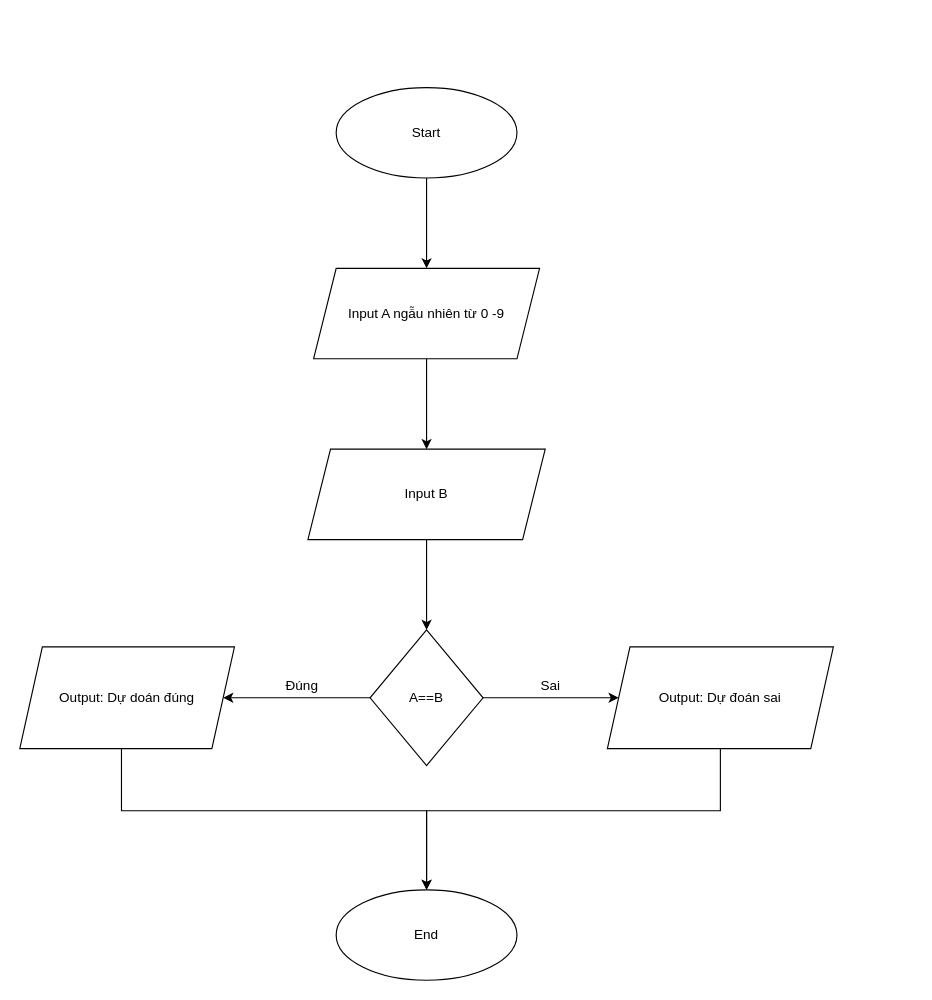
This is Module1/NhapMonTuDuyLapTrinh/Thuc_Hanh/[Thực hành] Thuật toán game đoán số.drawio from sonlt92/A0421I1-LeTranSon, a draw.io file, before an edit. Source tidied: cells renumbered, new cells numbered last; positions are measured from the earlier drawing's top-left corner, leaving out a move shared by most shapes. Both pictures are drawn from the tidied source at 113%, with x=0, y=0 at pixel (19, 87).
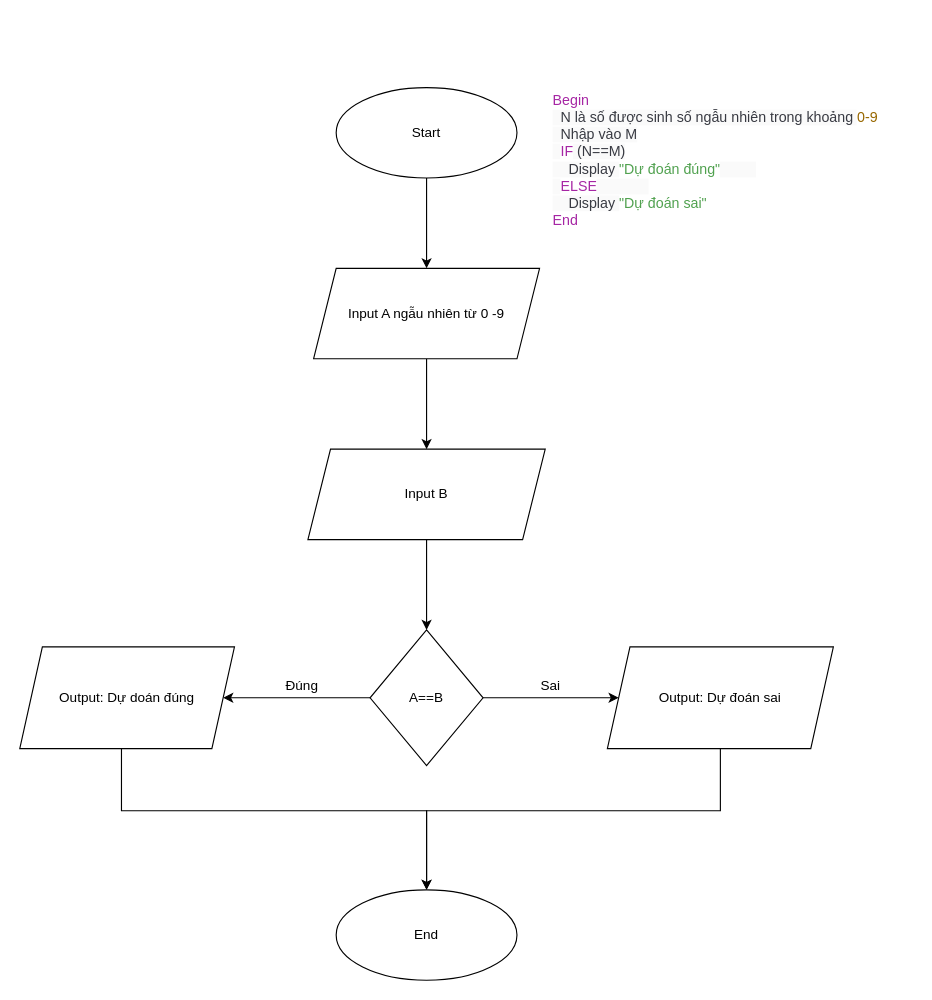
The same page after the edit.

What changed in the source:
```diff
@@
+    <mxCell id="18" value="&lt;span class=&quot;hljs-keyword&quot; style=&quot;box-sizing: border-box ; color: rgb(166 , 38 , 164) ; font-size: 12.6px&quot;&gt;Begin&lt;/span&gt;&lt;br style=&quot;box-sizing: border-box ; color: rgb(56 , 58 , 66) ; font-size: 12.6px&quot;&gt;&lt;span style=&quot;color: rgb(56 , 58 , 66) ; font-size: 12.6px ; background-color: rgb(250 , 250 , 250)&quot;&gt;&amp;nbsp; N là số được sinh số ngẫu nhiên trong khoảng &lt;/span&gt;&lt;span class=&quot;hljs-number&quot; style=&quot;box-sizing: border-box ; color: rgb(152 , 104 , 1) ; font-size: 12.6px&quot;&gt;0&lt;/span&gt;&lt;span class=&quot;hljs-number&quot; style=&quot;box-sizing: border-box ; color: rgb(152 , 104 , 1) ; font-size: 12.6px&quot;&gt;-9&lt;/span&gt;&lt;br style=&quot;box-sizing: border-box ; color: rgb(56 , 58 , 66) ; font-size: 12.6px&quot;&gt;&lt;span style=&quot;color: rgb(56 , 58 , 66) ; font-size: 12.6px ; background-color: rgb(250 , 250 , 250)&quot;&gt;&amp;nbsp; Nhập vào M&lt;/span&gt;&lt;br style=&quot;box-sizing: border-box ; color: rgb(56 , 58 , 66) ; font-size: 12.6px&quot;&gt;&lt;span style=&quot;color: rgb(56 , 58 , 66) ; font-size: 12.6px ; background-color: rgb(250 , 250 , 250)&quot;&gt;&amp;nbsp; &lt;/span&gt;&lt;span class=&quot;hljs-keyword&quot; style=&quot;box-sizing: border-box ; color: rgb(166 , 38 , 164) ; font-size: 12.6px&quot;&gt;IF&lt;/span&gt;&lt;span style=&quot;color: rgb(56 , 58 , 66) ; font-size: 12.6px ; background-color: rgb(250 , 250 , 250)&quot;&gt; (N==M)&lt;/span&gt;&lt;br style=&quot;box-sizing: border-box ; color: rgb(56 , 58 , 66) ; font-size: 12.6px&quot;&gt;&lt;span style=&quot;color: rgb(56 , 58 , 66) ; font-size: 12.6px ; background-color: rgb(250 , 250 , 250)&quot;&gt;&amp;nbsp;&amp;nbsp;&amp;nbsp; Display &lt;/span&gt;&lt;span class=&quot;hljs-string&quot; style=&quot;box-sizing: border-box ; color: rgb(80 , 161 , 79) ; font-size: 12.6px&quot;&gt;&quot;Dự đoán đúng&quot;&lt;/span&gt;&lt;span style=&quot;color: rgb(56 , 58 , 66) ; font-size: 12.6px ; background-color: rgb(250 , 250 , 250)&quot;&gt;&amp;nbsp;&amp;nbsp;&amp;nbsp;&amp;nbsp;&amp;nbsp;&amp;nbsp;&amp;nbsp; &amp;nbsp;&lt;/span&gt;&lt;br style=&quot;box-sizing: border-box ; color: rgb(56 , 58 , 66) ; font-size: 12.6px&quot;&gt;&lt;span style=&quot;color: rgb(56 , 58 , 66) ; font-size: 12.6px ; background-color: rgb(250 , 250 , 250)&quot;&gt;&amp;nbsp; &lt;/span&gt;&lt;span class=&quot;hljs-keyword&quot; style=&quot;box-sizing: border-box ; color: rgb(166 , 38 , 164) ; font-size: 12.6px&quot;&gt;ELSE&lt;/span&gt;&lt;span style=&quot;color: rgb(56 , 58 , 66) ; font-size: 12.6px ; background-color: rgb(250 , 250 , 250)&quot;&gt;&amp;nbsp;&amp;nbsp;&amp;nbsp;&amp;nbsp;&amp;nbsp;&amp;nbsp;&amp;nbsp;&amp;nbsp;&amp;nbsp;&amp;nbsp;&amp;nbsp; &amp;nbsp;&lt;/span&gt;&lt;br style=&quot;box-sizing: border-box ; color: rgb(56 , 58 , 66) ; font-size: 12.6px&quot;&gt;&lt;span style=&quot;color: rgb(56 , 58 , 66) ; font-size: 12.6px ; background-color: rgb(250 , 250 , 250)&quot;&gt;&amp;nbsp;&amp;nbsp;&amp;nbsp; Display &lt;/span&gt;&lt;span class=&quot;hljs-string&quot; style=&quot;box-sizing: border-box ; color: rgb(80 , 161 , 79) ; font-size: 12.6px&quot;&gt;&quot;Dự đoán sai&quot;&lt;/span&gt;&lt;span style=&quot;color: rgb(56 , 58 , 66) ; font-size: 12.6px ; background-color: rgb(250 , 250 , 250)&quot;&gt; &lt;/span&gt;&lt;br style=&quot;box-sizing: border-box ; color: rgb(56 , 58 , 66) ; font-size: 12.6px&quot;&gt;&lt;span class=&quot;hljs-keyword&quot; style=&quot;box-sizing: border-box ; color: rgb(166 , 38 , 164) ; font-size: 12.6px&quot;&gt;End&lt;/span&gt;" style="text;html=1;strokeColor=none;fillColor=none;align=left;verticalAlign=middle;whiteSpace=wrap;rounded=0;" parent="1" vertex="1">
+      <mxGeometry x="470" y="-60" width="320" height="250" as="geometry" />
+    </mxCell>
```
